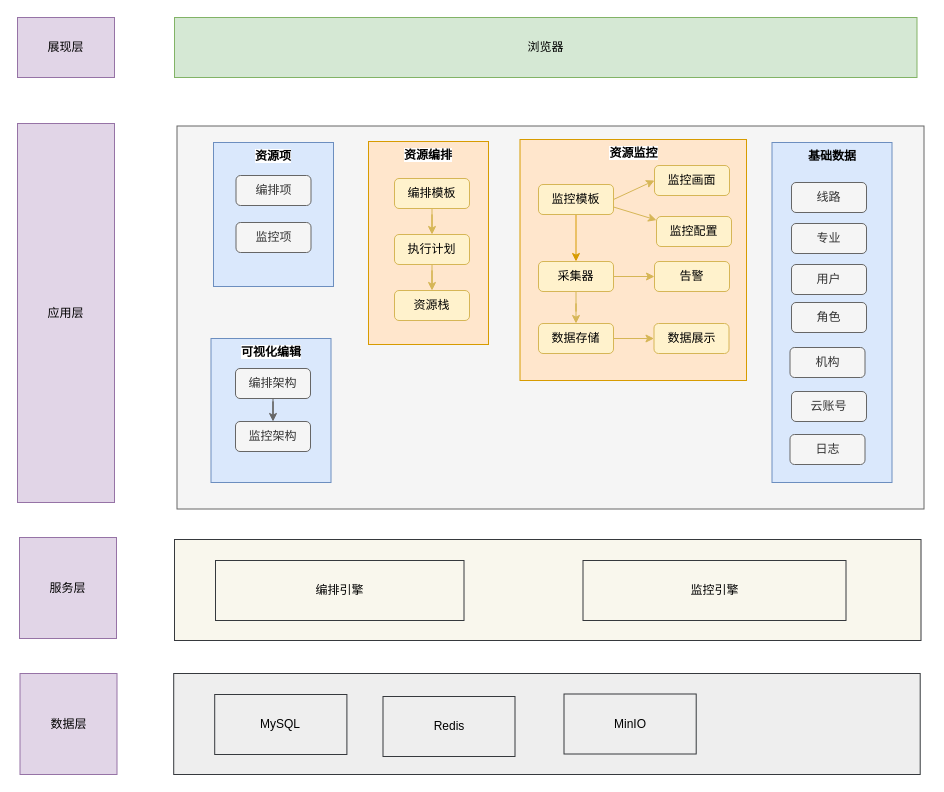
Above: page "系统总体架构" (3 of 34) of biitt/资源编排.drawio in dengkefu/draw.io (draw.io), before the change. Source tidied: cells renumbered, new cells numbered last; positions are measured from the earlier drawing's top-left corner, leaving out a move shared by most shapes. Both pictures are drawn from the tidied source at 100%, with x=0, y=0 at pixel (17, 17).
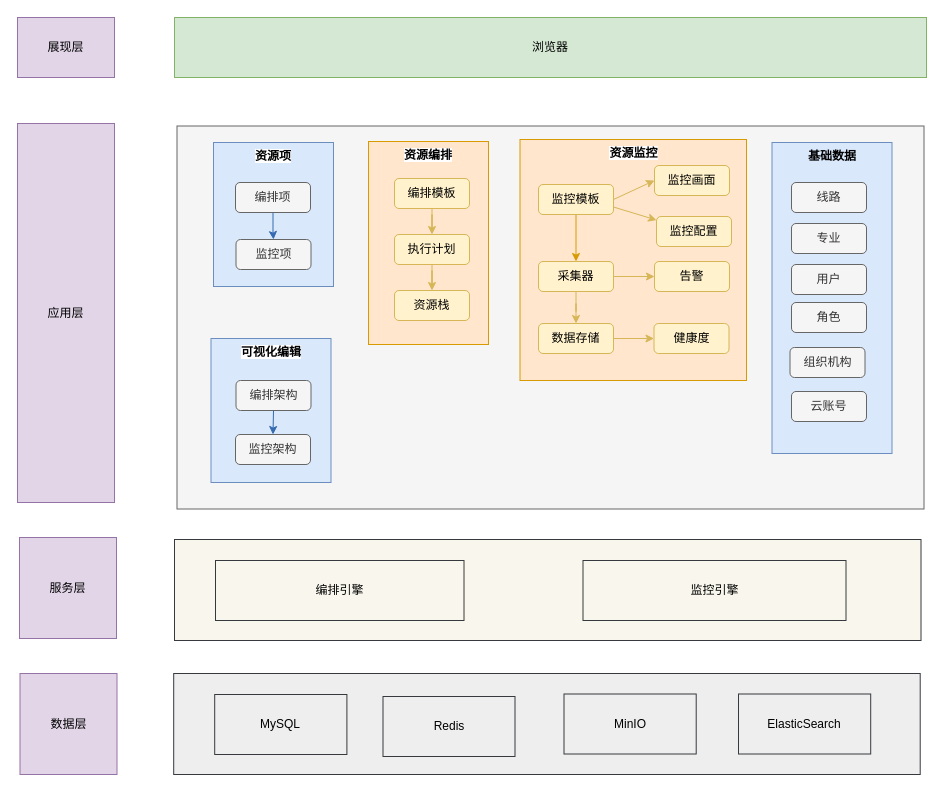
The same diagram, later.

The edit, as a diff of the source:
```diff
@@
     <mxCell id="4" value="浏览器" style="rounded=0;whiteSpace=wrap;html=1;fillColor=#d5e8d4;strokeColor=#82b366;" parent="1" vertex="1">
-      <mxGeometry x="157" width="742.5" height="60" as="geometry" />
+      <mxGeometry x="157" width="752" height="60" as="geometry" />
     </mxCell>
@@
+    <mxCell id="51" style="edgeStyle=orthogonalEdgeStyle;rounded=0;jettySize=auto;html=1;fillColor=#cce5ff;strokeColor=#356ab1;" parent="1" edge="1" source="7" target="8">
+      <mxGeometry relative="1" as="geometry" />
+    </mxCell>
     <mxCell id="7" value="编排项" style="rounded=1;whiteSpace=wrap;html=1;fillColor=#f5f5f5;strokeColor=#666666;fontColor=#333333;" parent="1" vertex="1">
-      <mxGeometry x="218.5" y="158" width="75" height="30" as="geometry" />
+      <mxGeometry x="218" y="165" width="75" height="30" as="geometry" />
     </mxCell>
     <mxCell id="8" value="监控项" style="rounded=1;whiteSpace=wrap;html=1;fillColor=#f5f5f5;fontColor=#333333;strokeColor=#666666;" parent="1" vertex="1">
-      <mxGeometry x="218.5" y="205" width="75" height="30" as="geometry" />
+      <mxGeometry x="218.5" y="222" width="75" height="30" as="geometry" />
     </mxCell>
@@
     <mxCell id="10" value="编排架构" style="rounded=1;whiteSpace=wrap;html=1;fillColor=#f5f5f5;fontColor=#333333;strokeColor=#666666;" parent="1" vertex="1">
-      <mxGeometry x="218" y="351" width="75" height="30" as="geometry" />
+      <mxGeometry x="218.5" y="363" width="75" height="30" as="geometry" />
     </mxCell>
     <mxCell id="11" value="监控架构" style="rounded=1;whiteSpace=wrap;html=1;fillColor=#f5f5f5;fontColor=#333333;strokeColor=#666666;" parent="1" vertex="1">
-      <mxGeometry x="218" y="404" width="75" height="30" as="geometry" />
+      <mxGeometry x="218" y="417" width="75" height="30" as="geometry" />
     </mxCell>
@@
     <mxCell id="18" value="基础数据" style="rounded=0;whiteSpace=wrap;html=1;labelPosition=center;verticalLabelPosition=middle;align=center;verticalAlign=top;fontStyle=1;fillColor=#dae8fc;strokeColor=#6c8ebf;" parent="1" vertex="1">
-      <mxGeometry x="754.5" y="125" width="120" height="340" as="geometry" />
+      <mxGeometry x="754.5" y="125" width="120" height="311" as="geometry" />
     </mxCell>
@@
-    <mxCell id="23" value="机构" style="rounded=1;whiteSpace=wrap;html=1;fillColor=#f5f5f5;fontColor=#333333;strokeColor=#666666;" parent="1" vertex="1">
+    <mxCell id="23" value="组织机构" style="rounded=1;whiteSpace=wrap;html=1;fillColor=#f5f5f5;fontColor=#333333;strokeColor=#666666;" parent="1" vertex="1">
       <mxGeometry x="772.5" y="330" width="75" height="30" as="geometry" />
     </mxCell>
@@
-    <mxCell id="37" value="数据展示" style="rounded=1;whiteSpace=wrap;html=1;fillColor=#fff2cc;strokeColor=#d6b656;" parent="1" vertex="1">
+    <mxCell id="37" value="健康度" style="rounded=1;whiteSpace=wrap;html=1;fillColor=#fff2cc;strokeColor=#d6b656;" parent="1" vertex="1">
       <mxGeometry x="636.5" y="306" width="75" height="30" as="geometry" />
     </mxCell>
@@
-    <mxCell id="44" style="edgeStyle=orthogonalEdgeStyle;rounded=0;jettySize=auto;html=1;fontSize=15;fillColor=#f5f5f5;strokeColor=#666666;exitX=0.5;exitY=1;exitDx=0;exitDy=0;exitPerimeter=0;" parent="1" edge="1" source="10" target="11">
-      <mxGeometry relative="1" as="geometry" />
-    </mxCell>
@@
-    <mxCell id="50" value="日志" style="rounded=1;whiteSpace=wrap;html=1;fillColor=#f5f5f5;fontColor=#333333;strokeColor=#666666;" parent="1" vertex="1">
-      <mxGeometry x="772.5" y="417" width="75" height="30" as="geometry" />
-    </mxCell>
+    <mxCell id="44" style="edgeStyle=orthogonalEdgeStyle;rounded=0;jettySize=auto;html=1;fillColor=#cce5ff;strokeColor=#356ab1;exitX=0.5;exitY=1;exitDx=0;exitDy=0;entryX=0.5;entryY=0;entryDx=0;entryDy=0;" parent="1" edge="1" source="10" target="11">
+      <mxGeometry relative="1" as="geometry" />
+    </mxCell>
+    <mxCell id="52" value="ElasticSearch" style="rounded=0;whiteSpace=wrap;html=1;fillColor=#eeeeee;strokeColor=#36393d;" parent="1" vertex="1">
+      <mxGeometry x="721" y="676.5" width="132.2" height="60" as="geometry" />
+    </mxCell>
```
